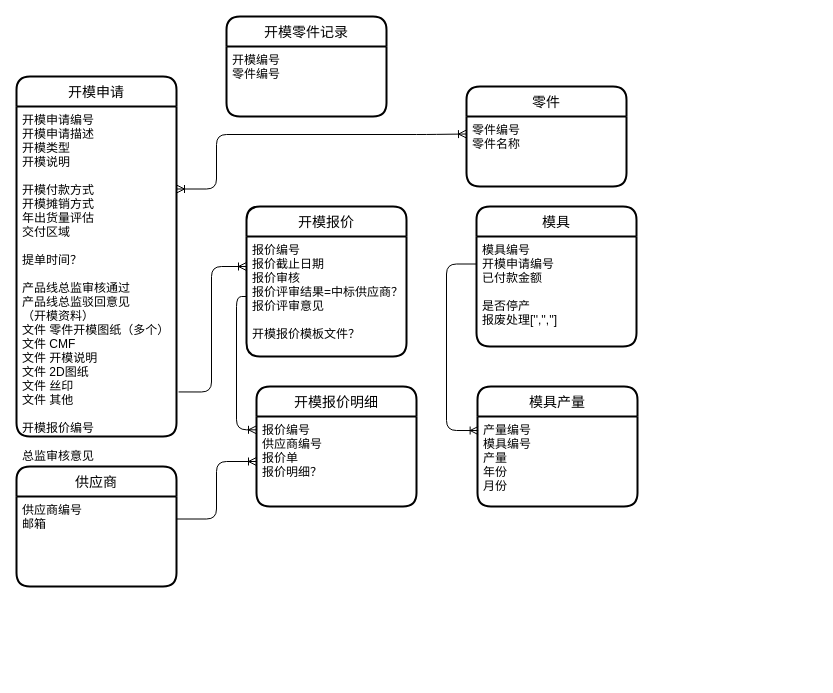
The draw.io diagram MMS/MMS.drawio in waterwatermelon/graph, before the edit. Source tidied: cells renumbered, new cells numbered last; positions are measured from the earlier drawing's top-left corner, leaving out a move shared by most shapes. Both pictures are drawn from the tidied source at 100%, with x=0, y=0 at pixel (16, 16).
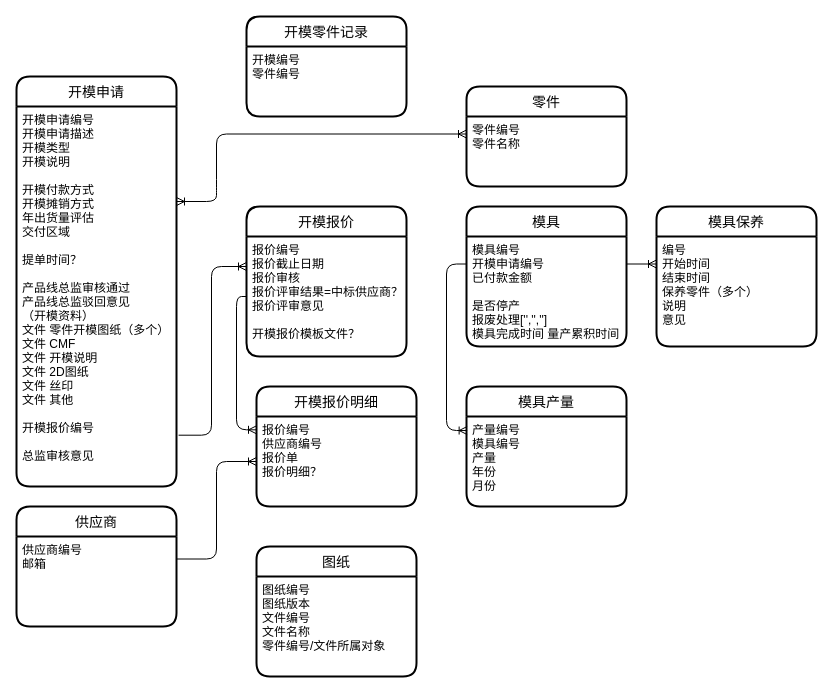
The same diagram, later.

Unchanged cells that the change refers to:
```xml
<mxCell id="11" value="报价编号&#10;供应商编号&#10;报价单&#10;报价明细？" style="align=left;strokeColor=none;fillColor=none;spacingLeft=4;fontSize=12;verticalAlign=top;" parent="10" vertex="1">
  <mxGeometry y="30" width="160" height="90" as="geometry" />
</mxCell>
<mxCell id="16" value="供应商编号&#10;邮箱" style="align=left;strokeColor=none;fillColor=none;spacingLeft=4;fontSize=12;verticalAlign=top;" parent="15" vertex="1">
  <mxGeometry y="30" width="160" height="90" as="geometry" />
</mxCell>
<mxCell id="21" value="产量编号&#10;模具编号&#10;产量&#10;年份&#10;月份" style="align=left;strokeColor=none;fillColor=none;spacingLeft=4;fontSize=12;verticalAlign=top;" parent="20" vertex="1">
  <mxGeometry y="30" width="160" height="90" as="geometry" />
</mxCell>
```

Diff of the diagram source:
```diff
@@
     <mxCell id="6" value="开模申请" style="swimlane;horizontal=1;startSize=30;rounded=1;fontSize=14;fontStyle=0;strokeWidth=2;shadow=0;dashed=0;align=center;" parent="1" vertex="1">
-      <mxGeometry y="60" width="160" height="360" as="geometry" />
+      <mxGeometry y="60" width="160" height="410" as="geometry" />
     </mxCell>
     <mxCell id="7" value="开模申请编号&#10;开模申请描述&#10;开模类型&#10;开模说明&#10;&#10;开模付款方式&#10;开模摊销方式&#10;年出货量评估&#10;交付区域&#10;&#10;提单时间？&#10;&#10;产品线总监审核通过&#10;产品线总监驳回意见&#10;（开模资料）&#10;文件 零件开模图纸（多个）&#10;文件 CMF&#10;文件 开模说明&#10;文件 2D图纸&#10;文件 丝印&#10;文件 其他&#10;&#10;开模报价编号&#10;&#10;总监审核意见" style="align=left;strokeColor=none;fillColor=none;spacingLeft=4;fontSize=12;verticalAlign=top;" parent="6" vertex="1">
-      <mxGeometry y="30" width="160" height="330" as="geometry" />
+      <mxGeometry y="30" width="160" height="380" as="geometry" />
     </mxCell>
-    <mxCell id="8" value="开模零件记录" style="swimlane;horizontal=1;startSize=30;rounded=1;fontSize=14;fontStyle=0;strokeWidth=2;shadow=0;dashed=0;align=center;" parent="1" vertex="1">
-      <mxGeometry x="210" width="160" height="100" as="geometry" />
-    </mxCell>
-    <mxCell id="9" value="开模编号&#10;零件编号&#10;" style="align=left;strokeColor=none;fillColor=none;spacingLeft=4;fontSize=12;verticalAlign=top;" parent="8" vertex="1">
-      <mxGeometry y="30" width="160" height="70" as="geometry" />
-    </mxCell>
@@
+    <mxCell id="17" style="edgeStyle=orthogonalEdgeStyle;rounded=1;jettySize=auto;html=1;exitX=0;exitY=0.25;exitDx=0;exitDy=0;entryX=0.004;entryY=0.156;entryDx=0;entryDy=0;startArrow=none;startFill=0;endArrow=ERoneToMany;endFill=0;elbow=vertical;strokeColor=#000000;entryPerimeter=0;" parent="1" edge="1" source="19" target="21">
+      <mxGeometry relative="1" as="geometry">
+        <Array as="points">
+          <mxPoint x="430" y="248" />
+          <mxPoint x="430" y="414" />
+        </Array>
+      </mxGeometry>
+    </mxCell>
+    <mxCell id="22" style="edgeStyle=orthogonalEdgeStyle;rounded=1;jettySize=auto;html=1;exitX=1;exitY=0.25;exitDx=0;exitDy=0;entryX=0;entryY=0.5;entryDx=0;entryDy=0;startArrow=none;startFill=0;endArrow=ERoneToMany;endFill=0;strokeColor=#000000;" parent="1" edge="1" source="16" target="11">
+      <mxGeometry relative="1" as="geometry" />
+    </mxCell>
     <mxCell id="15" value="供应商" style="swimlane;horizontal=1;startSize=30;rounded=1;fontSize=14;fontStyle=0;strokeWidth=2;shadow=0;dashed=0;align=center;" parent="1" vertex="1">
-      <mxGeometry y="450" width="160" height="120" as="geometry" />
+      <mxGeometry y="490" width="160" height="120" as="geometry" />
     </mxCell>
@@
-    <mxCell id="17" style="edgeStyle=orthogonalEdgeStyle;rounded=1;jettySize=auto;html=1;exitX=0;exitY=0.25;exitDx=0;exitDy=0;entryX=0.004;entryY=0.156;entryDx=0;entryDy=0;startArrow=none;startFill=0;endArrow=ERoneToMany;endFill=0;elbow=vertical;strokeColor=#000000;entryPerimeter=0;" parent="1" edge="1" source="19" target="21">
-      <mxGeometry relative="1" as="geometry">
-        <Array as="points">
-          <mxPoint x="430" y="248" />
-          <mxPoint x="430" y="414" />
-        </Array>
-      </mxGeometry>
-    </mxCell>
+    <mxCell id="23" value="模具保养" style="swimlane;horizontal=1;startSize=30;rounded=1;fontSize=14;fontStyle=0;strokeWidth=2;shadow=0;dashed=0;align=center;" parent="1" vertex="1">
+      <mxGeometry x="640" y="190" width="160" height="140" as="geometry" />
+    </mxCell>
+    <mxCell id="24" value="编号&#10;开始时间&#10;结束时间&#10;保养零件（多个）&#10;说明&#10;意见" style="align=left;strokeColor=none;fillColor=none;spacingLeft=4;fontSize=12;verticalAlign=top;" parent="23" vertex="1">
+      <mxGeometry y="30" width="160" height="110" as="geometry" />
+    </mxCell>
+    <mxCell id="25" style="edgeStyle=orthogonalEdgeStyle;rounded=1;jettySize=auto;html=1;exitX=1;exitY=0.25;exitDx=0;exitDy=0;entryX=0;entryY=0.25;entryDx=0;entryDy=0;startArrow=none;startFill=0;endArrow=ERoneToMany;endFill=0;strokeColor=#000000;" parent="1" edge="1" source="19" target="24">
+      <mxGeometry relative="1" as="geometry" />
+    </mxCell>
     <mxCell id="18" value="模具" style="swimlane;horizontal=1;startSize=30;rounded=1;fontSize=14;fontStyle=0;strokeWidth=2;shadow=0;dashed=0;align=center;" parent="1" vertex="1">
-      <mxGeometry x="460" y="190" width="160" height="140" as="geometry" />
+      <mxGeometry x="450" y="190" width="160" height="140" as="geometry" />
     </mxCell>
-    <mxCell id="19" value="模具编号&#10;开模申请编号&#10;已付款金额&#10;&#10;是否停产&#10;报废处理['','','']" style="align=left;strokeColor=none;fillColor=none;spacingLeft=4;fontSize=12;verticalAlign=top;" parent="18" vertex="1">
+    <mxCell id="19" value="模具编号&#10;开模申请编号&#10;已付款金额&#10;&#10;是否停产&#10;报废处理['','','']&#10;模具完成时间 量产累积时间" style="align=left;strokeColor=none;fillColor=none;spacingLeft=4;fontSize=12;verticalAlign=top;" parent="18" vertex="1">
       <mxGeometry y="30" width="160" height="110" as="geometry" />
     </mxCell>
     <mxCell id="20" value="模具产量" style="swimlane;horizontal=1;startSize=30;rounded=1;fontSize=14;fontStyle=0;strokeWidth=2;shadow=0;dashed=0;align=center;" parent="1" vertex="1">
-      <mxGeometry x="461" y="370" width="160" height="120" as="geometry" />
+      <mxGeometry x="450" y="370" width="160" height="120" as="geometry" />
     </mxCell>
@@
-    <mxCell id="22" style="edgeStyle=orthogonalEdgeStyle;rounded=1;jettySize=auto;html=1;exitX=1;exitY=0.25;exitDx=0;exitDy=0;entryX=0;entryY=0.5;entryDx=0;entryDy=0;startArrow=none;startFill=0;endArrow=ERoneToMany;endFill=0;strokeColor=#000000;" parent="1" edge="1" source="16" target="11">
-      <mxGeometry relative="1" as="geometry" />
-    </mxCell>
+    <mxCell id="8" value="开模零件记录" style="swimlane;horizontal=1;startSize=30;rounded=1;fontSize=14;fontStyle=0;strokeWidth=2;shadow=0;dashed=0;align=center;" parent="1" vertex="1">
+      <mxGeometry x="230" width="160" height="100" as="geometry" />
+    </mxCell>
+    <mxCell id="9" value="开模编号&#10;零件编号&#10;" style="align=left;strokeColor=none;fillColor=none;spacingLeft=4;fontSize=12;verticalAlign=top;" parent="8" vertex="1">
+      <mxGeometry y="30" width="160" height="70" as="geometry" />
+    </mxCell>
+    <mxCell id="26" value="图纸" style="swimlane;horizontal=1;startSize=30;rounded=1;fontSize=14;fontStyle=0;strokeWidth=2;shadow=0;dashed=0;align=center;" parent="1" vertex="1">
+      <mxGeometry x="240" y="530" width="160" height="130" as="geometry" />
+    </mxCell>
+    <mxCell id="27" value="图纸编号&#10;图纸版本&#10;文件编号&#10;文件名称&#10;零件编号/文件所属对象" style="align=left;strokeColor=none;fillColor=none;spacingLeft=4;fontSize=12;verticalAlign=top;" parent="26" vertex="1">
+      <mxGeometry y="30" width="160" height="100" as="geometry" />
+    </mxCell>
```
